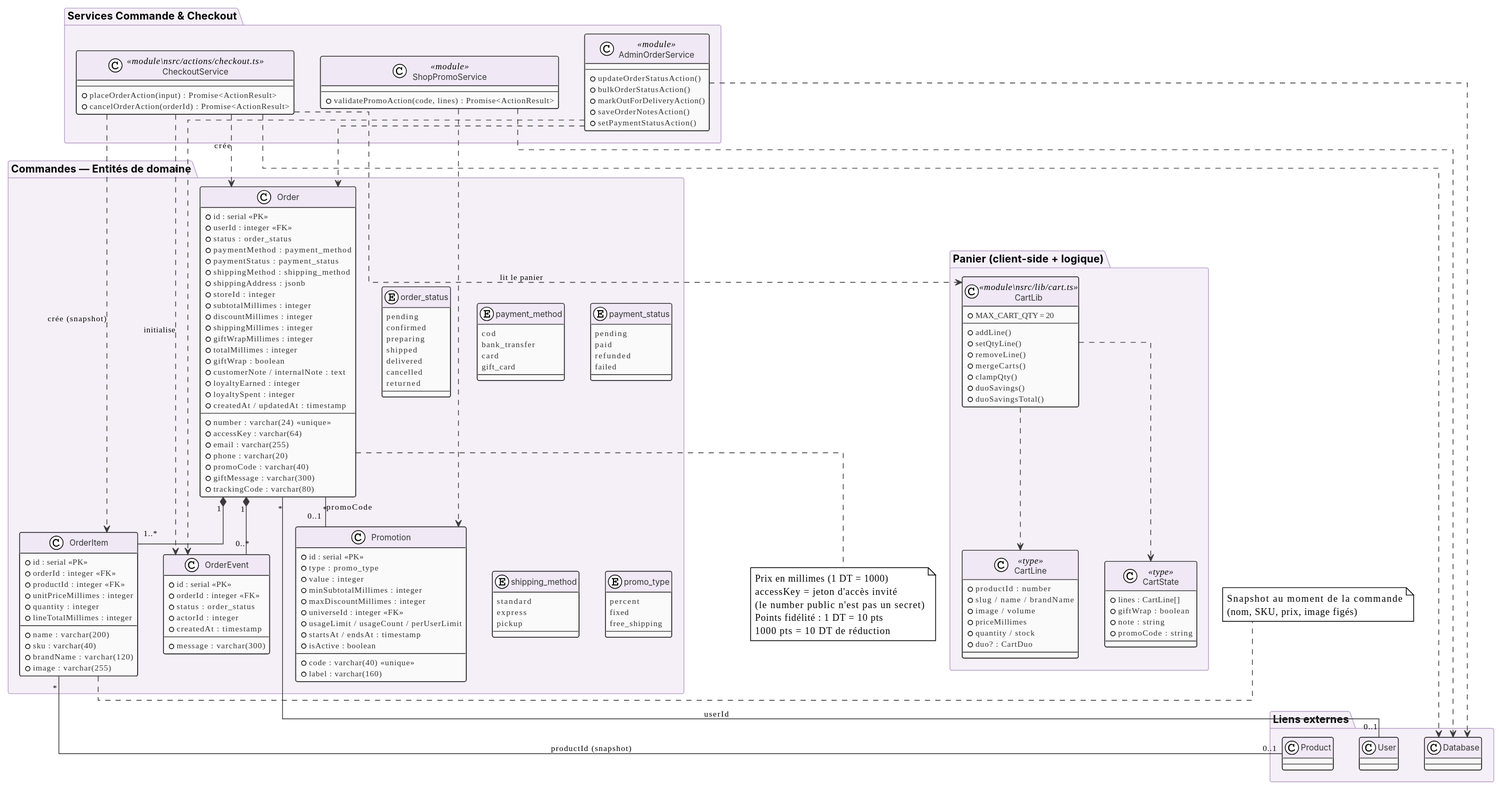
Earlier version of the PlantUML export diagrammes/CLEOPATRE_CLASS_DIAGRAMS_PFE/CLEOPATRE_CLASS_DIAGRAMS_PFE/07_COMMANDES_CHECKOUT/diagramme_classes_commandes.svg (nssm11/zeb). The source it was exported from:
```plantuml
@startuml
!theme plain
skinparam backgroundColor #FFFFFF
skinparam shadowing false
skinparam class {
  BackgroundColor #FAFAFA
  BorderColor #2C2C2C
  FontName Inter
  FontSize 13
  HeaderBackgroundColor #F0E8F5
  AttributeFontSize 11
  AttributeFontColor #333333
}
skinparam package {
  BackgroundColor #F5F0F8
  BorderColor #B8A0C8
  FontName Inter
  FontSize 14
  FontStyle bold
}
skinparam arrow {
  Color #3A3A3A
  FontSize 11
}
skinparam linetype ortho
skinparam nodesep 35
skinparam ranksep 40

package "Commandes — Entités de domaine" as Domain {
  class Order {
    + id : serial <<PK>>
    + number : varchar(24) <<unique>>
    + accessKey : varchar(64)
    + userId : integer <<FK>>
    + email : varchar(255)
    + phone : varchar(20)
    + status : order_status
    + paymentMethod : payment_method
    + paymentStatus : payment_status
    + shippingMethod : shipping_method
    + shippingAddress : jsonb
    + storeId : integer
    + subtotalMillimes : integer
    + discountMillimes : integer
    + shippingMillimes : integer
    + giftWrapMillimes : integer
    + totalMillimes : integer
    + promoCode : varchar(40)
    + giftWrap : boolean
    + giftMessage : varchar(300)
    + customerNote / internalNote : text
    + trackingCode : varchar(80)
    + loyaltyEarned : integer
    + loyaltySpent : integer
    + createdAt / updatedAt : timestamp
  }

  class OrderItem {
    + id : serial <<PK>>
    + orderId : integer <<FK>>
    + productId : integer <<FK>>
    + name : varchar(200)
    + sku : varchar(40)
    + brandName : varchar(120)
    + image : varchar(255)
    + unitPriceMillimes : integer
    + quantity : integer
    + lineTotalMillimes : integer
  }

  class OrderEvent {
    + id : serial <<PK>>
    + orderId : integer <<FK>>
    + status : order_status
    + message : varchar(300)
    + actorId : integer
    + createdAt : timestamp
  }

  class Promotion {
    + id : serial <<PK>>
    + code : varchar(40) <<unique>>
    + label : varchar(160)
    + type : promo_type
    + value : integer
    + minSubtotalMillimes : integer
    + maxDiscountMillimes : integer
    + universeId : integer <<FK>>
    + usageLimit / usageCount / perUserLimit
    + startsAt / endsAt : timestamp
    + isActive : boolean
  }

  enum order_status {
    pending
    confirmed
    preparing
    shipped
    delivered
    cancelled
    returned
  }

  enum payment_method {
    cod
    bank_transfer
    card
    gift_card
  }

  enum payment_status {
    pending
    paid
    refunded
    failed
  }

  enum shipping_method {
    standard
    express
    pickup
  }

  enum promo_type {
    percent
    fixed
    free_shipping
  }
}

package "Panier (client-side + logique)" as Cart {
  class CartState <<type>> {
    + lines : CartLine[]
    + giftWrap : boolean
    + note : string
    + promoCode : string
  }

  class CartLine <<type>> {
    + productId : number
    + slug / name / brandName
    + image / volume
    + priceMillimes
    + quantity / stock
    + duo? : CartDuo
  }

  class CartLib <<module\nsrc/lib/cart.ts>> {
    + MAX_CART_QTY = 20
    + addLine()
    + setQtyLine()
    + removeLine()
    + mergeCarts()
    + clampQty()
    + duoSavings()
    + duoSavingsTotal()
  }
}

package "Services Commande & Checkout" as Services {
  class CheckoutService <<module\nsrc/actions/checkout.ts>> {
    + placeOrderAction(input) : Promise<ActionResult>
    + cancelOrderAction(orderId) : Promise<ActionResult>
  }

  class ShopPromoService <<module>> {
    + validatePromoAction(code, lines) : Promise<ActionResult>
  }

  class AdminOrderService <<module>> {
    + updateOrderStatusAction()
    + bulkOrderStatusAction()
    + markOutForDeliveryAction()
    + saveOrderNotesAction()
    + setPaymentStatusAction()
  }
}

package "Liens externes" as External {
  class User
  class Product
  class Database
}

Order "1" *-- "1..*" OrderItem
Order "1" *-- "0..*" OrderEvent
Order "*" -- "0..1" User : userId
Order "*" -- "0..1" Promotion : promoCode
OrderItem "*" -- "0..1" Product : productId (snapshot)

CheckoutService ..> Order : crée
CheckoutService ..> OrderItem : crée (snapshot)
CheckoutService ..> OrderEvent : initialise
CheckoutService ..> CartLib : lit le panier
CheckoutService ..> Database
ShopPromoService ..> Promotion
ShopPromoService ..> Database
AdminOrderService ..> Order
AdminOrderService ..> OrderEvent
AdminOrderService ..> Database
CartLib ..> CartState
CartLib ..> CartLine

note bottom of Order
  Prix en millimes (1 DT = 1000)
  accessKey = jeton d'accès invité
  (le number public n'est pas un secret)
  Points fidélité : 1 DT = 10 pts
  1000 pts = 10 DT de réduction
end note

note right of OrderItem
  Snapshot au moment de la commande
  (nom, SKU, prix, image figés)
end note
@enduml
```
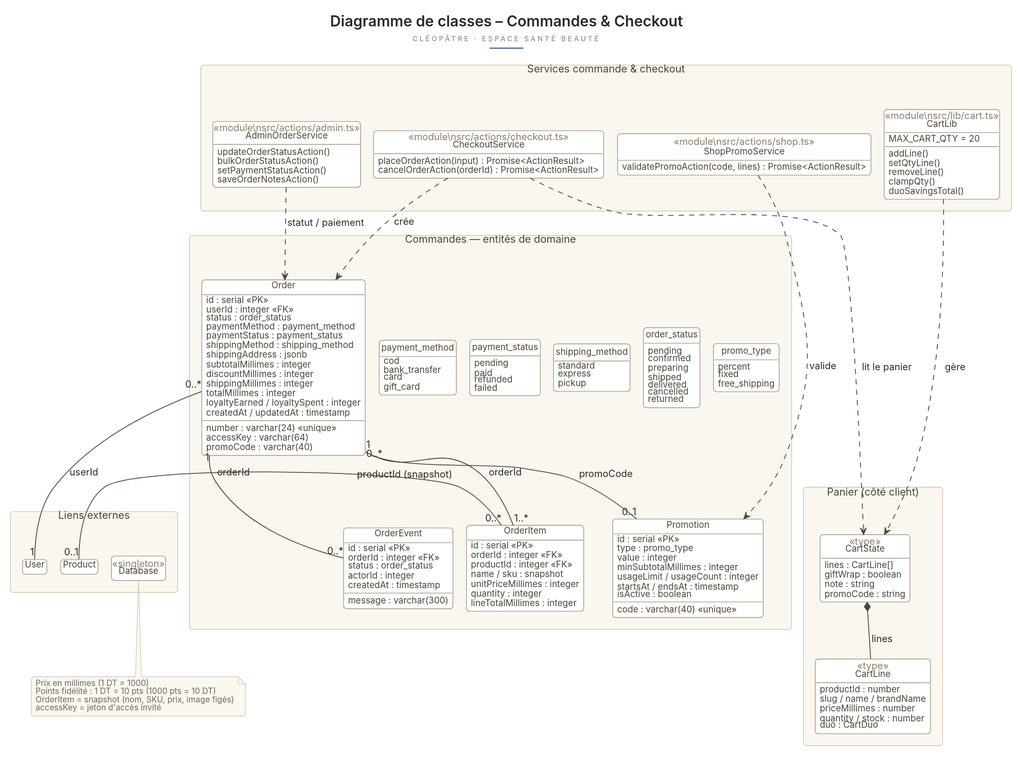
Later version of the same file.

Change to the diagram source:
```diff
@@ -1,96 +1,139 @@
 @startuml
-!theme plain
+skinparam shadowing false
 skinparam backgroundColor #FFFFFF
-skinparam shadowing false
+skinparam defaultFontName Inter
+skinparam defaultFontSize 13
+skinparam defaultFontColor #2C2A26
+skinparam ArrowColor #55504A
+skinparam ArrowThickness 1.1
+skinparam RoundCorner 8
+skinparam classAttributeIconSize 0
+hide circle
+hide empty fields
+hide empty methods
 skinparam class {
-  BackgroundColor #FAFAFA
-  BorderColor #2C2C2C
-  FontName Inter
+  BackgroundColor #FFFFFF
+  BorderColor #A89B85
+  BorderThickness 1
+  FontColor #2C2A26
+  FontStyle plain
   FontSize 13
-  HeaderBackgroundColor #F0E8F5
-  AttributeFontSize 11
-  AttributeFontColor #333333
+  StereotypeFontColor #8A7E69
+  StereotypeFontStyle plain
+  AttributeFontColor #4A443A
+  AttributeFontSize 12
+  AttributeFontStyle plain
+  MethodFontSize 12
+  MethodFontColor #4A443A
+  MethodFontStyle plain
+  SeparatorColor #DCCFBA
 }
+skinparam enum {
+  BackgroundColor #FCFAF5
+  BorderColor #C9BCA4
+  BorderThickness 1
+  FontColor #2C2A26
+  FontStyle plain
+  EnumFontSize 12
+}
+skinparam interface {
+  BackgroundColor #FFFFFF
+  BorderColor #A89B85
+  BorderThickness 1
+}
+skinparam packageStyle rectangle
 skinparam package {
-  BackgroundColor #F5F0F8
-  BorderColor #B8A0C8
-  FontName Inter
+  BackgroundColor #FAF7F1
+  BorderColor #DCCFBA
+  BorderThickness 1
+  FontColor #4A443A
   FontSize 14
-  FontStyle bold
+  FontStyle plain
 }
-skinparam arrow {
-  Color #3A3A3A
+skinparam note {
+  BackgroundColor #FBF8F2
+  BorderColor #DCCFBA
+  FontColor #6E675C
   FontSize 11
+  BorderThickness 1
 }
-skinparam linetype ortho
-skinparam nodesep 35
-skinparam ranksep 40
+skinparam sequence {
+  ArrowColor #4A463F
+  ArrowThickness 1.1
+  LifeLineBorderColor #C9BDA8
+  LifeLineBackgroundColor #FFFFFF
+  ParticipantBackgroundColor #FFFFFF
+  ParticipantBorderColor #A89B85
+  ParticipantFontColor #2C2A26
+  ParticipantFontSize 13
+  ParticipantFontStyle plain
+  ActorBackgroundColor #F6F1E8
+  ActorBorderColor #A89B85
+  ActorFontColor #2C2A26
+  ActorFontSize 13
+  GroupBackgroundColor #FAF7F1
+  GroupBorderColor #D5C7AE
+  GroupFontColor #4A443A
+  GroupHeaderFontSize 13
+  ActivationBackgroundColor #F2EDE3
+  ActivationBorderColor #C9BCA4
+  DividerBackgroundColor #F1EBDF
+  DividerBorderColor #D5C7AE
+  DividerFontColor #4A443A
+  DividerFontSize 13
+  MessageFontColor #3A352E
+  ResponseMessageFontColor #7A7263
+  BoxPadding 14
+  ParticipantPadding 22
+}
 
-package "Commandes — Entités de domaine" as Domain {
+
+package "Commandes — entités de domaine" as PC {
   class Order {
-    + id : serial <<PK>>
-    + number : varchar(24) <<unique>>
-    + accessKey : varchar(64)
-    + userId : integer <<FK>>
-    + email : varchar(255)
-    + phone : varchar(20)
-    + status : order_status
-    + paymentMethod : payment_method
-    + paymentStatus : payment_status
-    + shippingMethod : shipping_method
-    + shippingAddress : jsonb
-    + storeId : integer
-    + subtotalMillimes : integer
-    + discountMillimes : integer
-    + shippingMillimes : integer
-    + giftWrapMillimes : integer
-    + totalMillimes : integer
-    + promoCode : varchar(40)
-    + giftWrap : boolean
-    + giftMessage : varchar(300)
-    + customerNote / internalNote : text
-    + trackingCode : varchar(80)
-    + loyaltyEarned : integer
-    + loyaltySpent : integer
-    + createdAt / updatedAt : timestamp
+    id : serial «PK»
+    number : varchar(24) «unique»
+    userId : integer «FK»
+    accessKey : varchar(64)
+    status : order_status
+    paymentMethod : payment_method
+    paymentStatus : payment_status
+    shippingMethod : shipping_method
+    shippingAddress : jsonb
+    subtotalMillimes : integer
+    discountMillimes : integer
+    shippingMillimes : integer
+    totalMillimes : integer
+    promoCode : varchar(40)
+    loyaltyEarned / loyaltySpent : integer
+    createdAt / updatedAt : timestamp
   }
-
   class OrderItem {
-    + id : serial <<PK>>
-    + orderId : integer <<FK>>
-    + productId : integer <<FK>>
-    + name : varchar(200)
-    + sku : varchar(40)
-    + brandName : varchar(120)
-    + image : varchar(255)
-    + unitPriceMillimes : integer
-    + quantity : integer
-    + lineTotalMillimes : integer
+    id : serial «PK»
+    orderId : integer «FK»
+    productId : integer «FK»
+    name / sku : snapshot
+    unitPriceMillimes : integer
+    quantity : integer
+    lineTotalMillimes : integer
   }
-
   class OrderEvent {
-    + id : serial <<PK>>
-    + orderId : integer <<FK>>
-    + status : order_status
-    + message : varchar(300)
-    + actorId : integer
-    + createdAt : timestamp
+    id : serial «PK»
+    orderId : integer «FK»
+    status : order_status
+    actorId : integer
+    message : varchar(300)
+    createdAt : timestamp
   }
-
   class Promotion {
-    + id : serial <<PK>>
-    + code : varchar(40) <<unique>>
-    + label : varchar(160)
-    + type : promo_type
-    + value : integer
-    + minSubtotalMillimes : integer
-    + maxDiscountMillimes : integer
-    + universeId : integer <<FK>>
-    + usageLimit / usageCount / perUserLimit
-    + startsAt / endsAt : timestamp
-    + isActive : boolean
+    id : serial «PK»
+    code : varchar(40) «unique»
+    type : promo_type
+    value : integer
+    minSubtotalMillimes : integer
+    usageLimit / usageCount : integer
+    startsAt / endsAt : timestamp
+    isActive : boolean
   }
-
   enum order_status {
     pending
     confirmed
@@ -100,27 +143,23 @@
     cancelled
     returned
   }
-
   enum payment_method {
     cod
     bank_transfer
     card
     gift_card
   }
-
   enum payment_status {
     pending
     paid
     refunded
     failed
   }
-
   enum shipping_method {
     standard
     express
     pickup
   }
-
   enum promo_type {
     percent
     fixed
@@ -128,89 +167,81 @@
   }
 }
 
-package "Panier (client-side + logique)" as Cart {
+package "Panier (côté client)" as PP {
   class CartState <<type>> {
-    + lines : CartLine[]
-    + giftWrap : boolean
-    + note : string
-    + promoCode : string
+    lines : CartLine[]
+    giftWrap : boolean
+    note : string
+    promoCode : string
   }
-
   class CartLine <<type>> {
-    + productId : number
-    + slug / name / brandName
-    + image / volume
-    + priceMillimes
-    + quantity / stock
-    + duo? : CartDuo
-  }
-
-  class CartLib <<module\nsrc/lib/cart.ts>> {
-    + MAX_CART_QTY = 20
-    + addLine()
-    + setQtyLine()
-    + removeLine()
-    + mergeCarts()
-    + clampQty()
-    + duoSavings()
-    + duoSavingsTotal()
+    productId : number
+    slug / name / brandName
+    priceMillimes : number
+    quantity / stock : number
+    duo : CartDuo
   }
 }
 
-package "Services Commande & Checkout" as Services {
+package "Services commande & checkout" as PS {
+  class CartLib <<module\nsrc/lib/cart.ts>> {
+    MAX_CART_QTY = 20
+    addLine()
+    setQtyLine()
+    removeLine()
+    clampQty()
+    duoSavingsTotal()
+  }
   class CheckoutService <<module\nsrc/actions/checkout.ts>> {
-    + placeOrderAction(input) : Promise<ActionResult>
-    + cancelOrderAction(orderId) : Promise<ActionResult>
+    placeOrderAction(input) : Promise<ActionResult>
+    cancelOrderAction(orderId) : Promise<ActionResult>
   }
-
-  class ShopPromoService <<module>> {
-    + validatePromoAction(code, lines) : Promise<ActionResult>
+  class ShopPromoService <<module\nsrc/actions/shop.ts>> {
+    validatePromoAction(code, lines) : Promise<ActionResult>
   }
-
-  class AdminOrderService <<module>> {
-    + updateOrderStatusAction()
-    + bulkOrderStatusAction()
-    + markOutForDeliveryAction()
-    + saveOrderNotesAction()
-    + setPaymentStatusAction()
+  class AdminOrderService <<module\nsrc/actions/admin.ts>> {
+    updateOrderStatusAction()
+    bulkOrderStatusAction()
+    setPaymentStatusAction()
+    saveOrderNotesAction()
   }
 }
 
-package "Liens externes" as External {
+package "Liens externes" as PL {
   class User
   class Product
-  class Database
+  class Database <<singleton>>
 }
 
-Order "1" *-- "1..*" OrderItem
-Order "1" *-- "0..*" OrderEvent
-Order "*" -- "0..1" User : userId
-Order "*" -- "0..1" Promotion : promoCode
-OrderItem "*" -- "0..1" Product : productId (snapshot)
+User "1" -- "0..*" Order : userId
+Order "1" -- "1..*" OrderItem : orderId
+Order "1" -- "0..*" OrderEvent : orderId
+Order "0..*" -- "0..1" Promotion : promoCode
+OrderItem "0..*" -- "0..1" Product : productId (snapshot)
+CartState *-- CartLine : lines
 
+CartLib ..> CartState : gère
+CheckoutService ..> CartState : lit le panier
 CheckoutService ..> Order : crée
-CheckoutService ..> OrderItem : crée (snapshot)
-CheckoutService ..> OrderEvent : initialise
-CheckoutService ..> CartLib : lit le panier
-CheckoutService ..> Database
-ShopPromoService ..> Promotion
-ShopPromoService ..> Database
-AdminOrderService ..> Order
-AdminOrderService ..> OrderEvent
-AdminOrderService ..> Database
-CartLib ..> CartState
-CartLib ..> CartLine
+ShopPromoService ..> Promotion : valide
+AdminOrderService ..> Order : statut / paiement
 
-note bottom of Order
+note bottom of Database
   Prix en millimes (1 DT = 1000)
+  Points fidélité : 1 DT = 10 pts (1000 pts = 10 DT)
+  OrderItem = snapshot (nom, SKU, prix, image figés)
   accessKey = jeton d'accès invité
-  (le number public n'est pas un secret)
-  Points fidélité : 1 DT = 10 pts
-  1000 pts = 10 DT de réduction
 end note
 
-note right of OrderItem
-  Snapshot au moment de la commande
-  (nom, SKU, prix, image figés)
-end note
+payment_method -[hidden]right-> payment_status
+payment_status -[hidden]right-> shipping_method
+shipping_method -[hidden]right-> order_status
+Promotion -[hidden]left-> OrderItem
+OrderItem -[hidden]right-> OrderEvent
+OrderEvent -[hidden]right-> CartState
+Order -[hidden]down-> User
+User -[hidden]right-> Product
+Product -[hidden]right-> Database
+Order -[hidden]down-> OrderItem
+promo_type -[hidden]down-> Promotion
 @enduml
```
